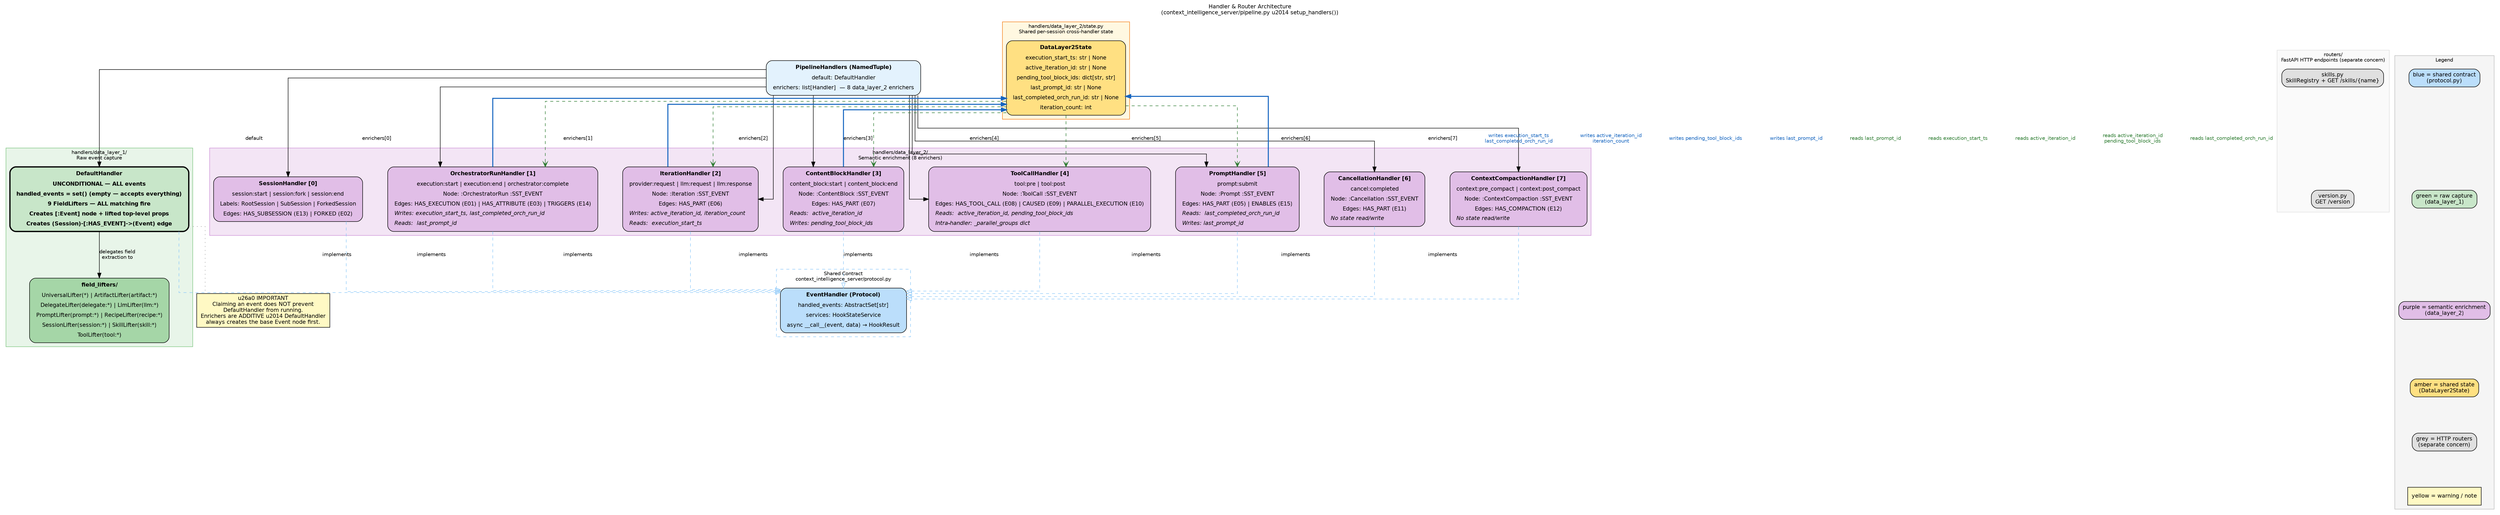
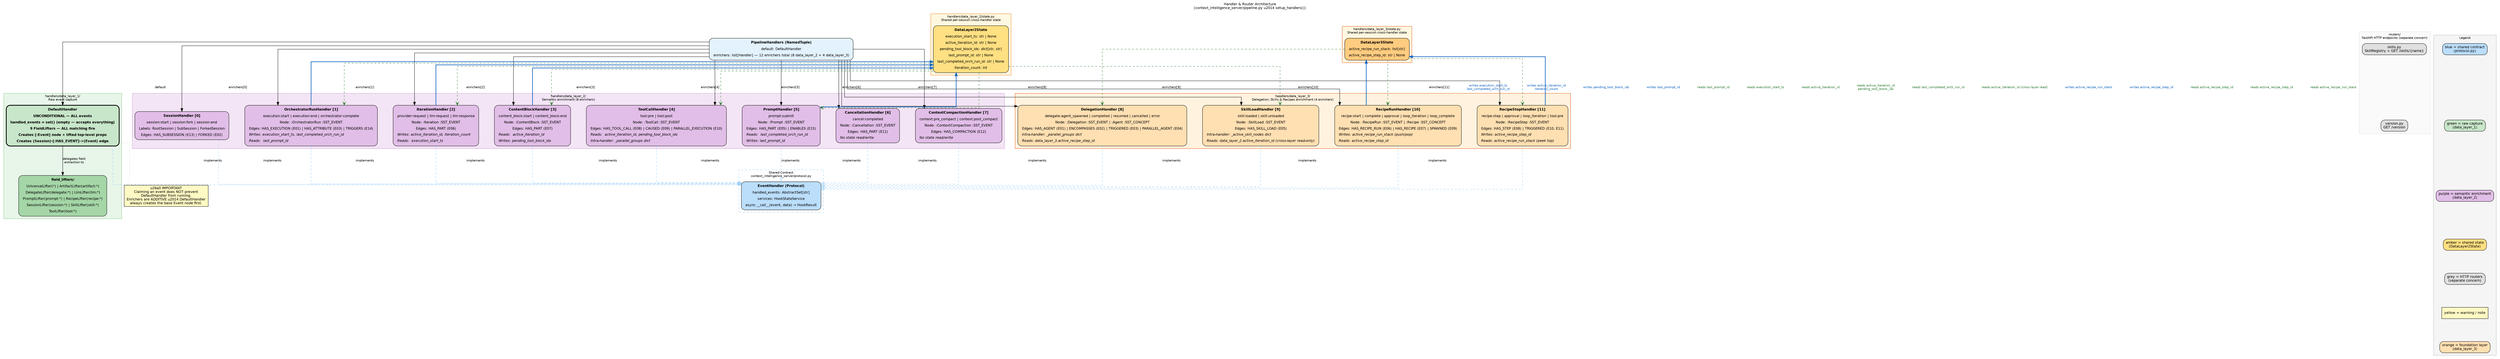
digraph handler_architecture {
    // --- Global defaults ------------------------------------------------------
    graph [
        rankdir   = TB
        splines   = ortho
        nodesep   = 0.7
        ranksep   = 1.0
        fontname  = "Helvetica"
        fontsize  = 11
        label     = "Handler & Router Architecture\n(context_intelligence_server/pipeline.py \u2014 setup_handlers())"
        labelloc  = t
        labeljust = c
    ]
    node [
        fontname = "Helvetica"
        fontsize = 11
        style    = "filled,rounded"
        shape    = box
    ]
    edge [
        fontname = "Helvetica"
        fontsize = 10
    ]

    // --- PipelineHandlers (NamedTuple) ----------------------------------------
    PipelineHandlers [
        style     = "filled,rounded"
        fillcolor = "#E3F2FD"
        label     = <<TABLE BORDER="0" CELLBORDER="0" CELLSPACING="2" CELLPADDING="3">
            <TR><TD><B>PipelineHandlers (NamedTuple)</B></TD></TR>
            <TR><TD>default: DefaultHandler</TD></TR>
-             <TR><TD>enrichers: list[Handler]  &#8212; 8 data_layer_2 enrichers</TD></TR>
+             <TR><TD>enrichers: list[Handler] &#8212; 12 enrichers total (8 data_layer_2 + 4 data_layer_3)</TD></TR>
        </TABLE>>
    ]

    // --- Shared Contract -----------------------------------------------------
    subgraph cluster_protocol {
        graph [
            label     = "Shared Contract\ncontext_intelligence_server/protocol.py"
            style     = "dashed"
            color     = "#90CAF9"
            fontname  = "Helvetica"
            fontsize  = 10
        ]

        Protocol [
            style     = "filled,rounded"
            fillcolor = "#BBDEFB"
            label     = <<TABLE BORDER="0" CELLBORDER="0" CELLSPACING="2" CELLPADDING="3">
                <TR><TD><B>EventHandler (Protocol)</B></TD></TR>
                <TR><TD>handled_events: AbstractSet[str]</TD></TR>
                <TR><TD>services: HookStateService</TD></TR>
                <TR><TD>async __call__(event, data) &#8594; HookResult</TD></TR>
            </TABLE>>
        ]
    }

    // --- Routers (separate concern) ------------------------------------------
    subgraph cluster_routers {
        graph [
            label     = "routers/\nFastAPI HTTP endpoints (separate concern)"
            style     = "filled"
            color     = "#E0E0E0"
            fillcolor = "#FAFAFA"
            fontname  = "Helvetica"
            fontsize  = 10
        ]

        SkillsRouter [
            style     = "filled,rounded"
            fillcolor = "#E0E0E0"
            label     = "skills.py\nSkillRegistry + GET /skills/{name}"
        ]

        VersionRouter [
            style     = "filled,rounded"
            fillcolor = "#E0E0E0"
            label     = "version.py\nGET /version"
        ]

        SkillsRouter -> VersionRouter [style = invis]
    }

    // --- Data Layer 1: Raw event capture ------------------------------------
    subgraph cluster_data_layer_1 {
        graph [
            label     = "handlers/data_layer_1/\nRaw event capture"
            style     = "filled"
            color     = "#81C784"
            fillcolor = "#E8F5E9"
            fontname  = "Helvetica"
            fontsize  = 10
        ]

        DefaultHandler [
            style     = "filled,rounded"
            fillcolor = "#C8E6C9"
            fontname  = "Helvetica-Bold"
            penwidth  = 2.5
            label     = <<TABLE BORDER="0" CELLBORDER="0" CELLSPACING="2" CELLPADDING="3">
                <TR><TD><B>DefaultHandler</B></TD></TR>
                <TR><TD>UNCONDITIONAL &#8212; ALL events</TD></TR>
                <TR><TD>handled_events = set() (empty &#8212; accepts everything)</TD></TR>
                <TR><TD>9 FieldLifters &#8212; ALL matching fire</TD></TR>
                <TR><TD>Creates [:Event] node + lifted top-level props</TD></TR>
                <TR><TD>Creates (Session)-[:HAS_EVENT]-&gt;(Event) edge</TD></TR>
            </TABLE>>
        ]

        FieldLifters [
            style     = "filled,rounded"
            fillcolor = "#A5D6A7"
            label     = <<TABLE BORDER="0" CELLBORDER="0" CELLSPACING="2" CELLPADDING="3">
                <TR><TD><B>field_lifters/</B></TD></TR>
                <TR><TD>UniversalLifter(*) | ArtifactLifter(artifact:*)</TD></TR>
                <TR><TD>DelegateLifter(delegate:*) | LlmLifter(llm:*)</TD></TR>
                <TR><TD>PromptLifter(prompt:*) | RecipeLifter(recipe:*)</TD></TR>
                <TR><TD>SessionLifter(session:*) | SkillLifter(skill:*)</TD></TR>
                <TR><TD>ToolLifter(tool:*)</TD></TR>
            </TABLE>>
        ]

        DefaultHandler -> FieldLifters [label = "delegates field\nextraction to"]
    }

    // --- Data Layer 2: Semantic enrichment ----------------------------------
    subgraph cluster_data_layer_2 {
        graph [
            label     = "handlers/data_layer_2/\nSemantic enrichment (8 enrichers)"
            style     = "filled"
            color     = "#CE93D8"
            fillcolor = "#F3E5F5"
            fontname  = "Helvetica"
            fontsize  = 10
        ]

        SessionHandler [
            style     = "filled,rounded"
            fillcolor = "#E1BEE7"
            label     = <<TABLE BORDER="0" CELLBORDER="0" CELLSPACING="2" CELLPADDING="3">
                <TR><TD><B>SessionHandler [0]</B></TD></TR>
                <TR><TD>session:start | session:fork | session:end</TD></TR>
                <TR><TD>Labels: RootSession | SubSession | ForkedSession</TD></TR>
                <TR><TD>Edges: HAS_SUBSESSION (E13) | FORKED (E02)</TD></TR>
            </TABLE>>
        ]

        OrchestratorRunHandler [
            style     = "filled,rounded"
            fillcolor = "#E1BEE7"
            label     = <<TABLE BORDER="0" CELLBORDER="0" CELLSPACING="2" CELLPADDING="3">
                <TR><TD><B>OrchestratorRunHandler [1]</B></TD></TR>
                <TR><TD>execution:start | execution:end | orchestrator:complete</TD></TR>
                <TR><TD>Node: :OrchestratorRun :SST_EVENT</TD></TR>
                <TR><TD>Edges: HAS_EXECUTION (E01) | HAS_ATTRIBUTE (E03) | TRIGGERS (E14)</TD></TR>
                <TR><TD ALIGN="LEFT"><I>Writes: execution_start_ts, last_completed_orch_run_id</I></TD></TR>
                <TR><TD ALIGN="LEFT"><I>Reads:  last_prompt_id</I></TD></TR>
            </TABLE>>
        ]

        IterationHandler [
            style     = "filled,rounded"
            fillcolor = "#E1BEE7"
            label     = <<TABLE BORDER="0" CELLBORDER="0" CELLSPACING="2" CELLPADDING="3">
                <TR><TD><B>IterationHandler [2]</B></TD></TR>
                <TR><TD>provider:request | llm:request | llm:response</TD></TR>
                <TR><TD>Node: :Iteration :SST_EVENT</TD></TR>
                <TR><TD>Edges: HAS_PART (E06)</TD></TR>
                <TR><TD ALIGN="LEFT"><I>Writes: active_iteration_id, iteration_count</I></TD></TR>
                <TR><TD ALIGN="LEFT"><I>Reads:  execution_start_ts</I></TD></TR>
            </TABLE>>
        ]

        ContentBlockHandler [
            style     = "filled,rounded"
            fillcolor = "#E1BEE7"
            label     = <<TABLE BORDER="0" CELLBORDER="0" CELLSPACING="2" CELLPADDING="3">
                <TR><TD><B>ContentBlockHandler [3]</B></TD></TR>
                <TR><TD>content_block:start | content_block:end</TD></TR>
                <TR><TD>Node: :ContentBlock :SST_EVENT</TD></TR>
                <TR><TD>Edges: HAS_PART (E07)</TD></TR>
                <TR><TD ALIGN="LEFT"><I>Reads:  active_iteration_id</I></TD></TR>
                <TR><TD ALIGN="LEFT"><I>Writes: pending_tool_block_ids</I></TD></TR>
            </TABLE>>
        ]

        ToolCallHandler [
            style     = "filled,rounded"
            fillcolor = "#E1BEE7"
            label     = <<TABLE BORDER="0" CELLBORDER="0" CELLSPACING="2" CELLPADDING="3">
                <TR><TD><B>ToolCallHandler [4]</B></TD></TR>
                <TR><TD>tool:pre | tool:post</TD></TR>
                <TR><TD>Node: :ToolCall :SST_EVENT</TD></TR>
                <TR><TD>Edges: HAS_TOOL_CALL (E08) | CAUSED (E09) | PARALLEL_EXECUTION (E10)</TD></TR>
                <TR><TD ALIGN="LEFT"><I>Reads:  active_iteration_id, pending_tool_block_ids</I></TD></TR>
                <TR><TD ALIGN="LEFT"><I>Intra-handler: _parallel_groups dict</I></TD></TR>
            </TABLE>>
        ]

        PromptHandler [
            style     = "filled,rounded"
            fillcolor = "#E1BEE7"
            label     = <<TABLE BORDER="0" CELLBORDER="0" CELLSPACING="2" CELLPADDING="3">
                <TR><TD><B>PromptHandler [5]</B></TD></TR>
                <TR><TD>prompt:submit</TD></TR>
                <TR><TD>Node: :Prompt :SST_EVENT</TD></TR>
                <TR><TD>Edges: HAS_PART (E05) | ENABLES (E15)</TD></TR>
                <TR><TD ALIGN="LEFT"><I>Reads:  last_completed_orch_run_id</I></TD></TR>
                <TR><TD ALIGN="LEFT"><I>Writes: last_prompt_id</I></TD></TR>
            </TABLE>>
        ]

        CancellationHandler [
            style     = "filled,rounded"
            fillcolor = "#E1BEE7"
            label     = <<TABLE BORDER="0" CELLBORDER="0" CELLSPACING="2" CELLPADDING="3">
                <TR><TD><B>CancellationHandler [6]</B></TD></TR>
                <TR><TD>cancel:completed</TD></TR>
                <TR><TD>Node: :Cancellation :SST_EVENT</TD></TR>
                <TR><TD>Edges: HAS_PART (E11)</TD></TR>
                <TR><TD ALIGN="LEFT"><I>No state read/write</I></TD></TR>
            </TABLE>>
        ]

        ContextCompactionHandler [
            style     = "filled,rounded"
            fillcolor = "#E1BEE7"
            label     = <<TABLE BORDER="0" CELLBORDER="0" CELLSPACING="2" CELLPADDING="3">
                <TR><TD><B>ContextCompactionHandler [7]</B></TD></TR>
                <TR><TD>context:pre_compact | context:post_compact</TD></TR>
                <TR><TD>Node: :ContextCompaction :SST_EVENT</TD></TR>
                <TR><TD>Edges: HAS_COMPACTION (E12)</TD></TR>
                <TR><TD ALIGN="LEFT"><I>No state read/write</I></TD></TR>
+             </TABLE>>
+         ]
+     }
+ 
+     // --- Data Layer 3: Delegation, Skills & Recipes enrichment ---------------
+     subgraph cluster_data_layer_3 {
+         graph [
+             label     = "handlers/data_layer_3/\nDelegation, Skills & Recipes enrichment (4 enrichers)"
+             style     = "filled"
+             color     = "#E65100"
+             fillcolor = "#FFF3E0"
+             fontname  = "Helvetica"
+             fontsize  = 10
+         ]
+ 
+         DelegationHandler [
+             style     = "filled,rounded"
+             fillcolor = "#FFE0B2"
+             label     = <<TABLE BORDER="0" CELLBORDER="0" CELLSPACING="2" CELLPADDING="3">
+                 <TR><TD><B>DelegationHandler [8]</B></TD></TR>
+                 <TR><TD>delegate:agent_spawned | completed | resumed | cancelled | error</TD></TR>
+                 <TR><TD>Node: :Delegation :SST_EVENT | :Agent :SST_CONCEPT</TD></TR>
+                 <TR><TD>Edges: HAS_AGENT (E01) | ENCOMPASSES (E02) | TRIGGERED (E03) | PARALLEL_AGENT (E04)</TD></TR>
+                 <TR><TD ALIGN="LEFT"><I>Intra-handler: _parallel_groups dict</I></TD></TR>
+                 <TR><TD ALIGN="LEFT"><I>Reads: data_layer_3.active_recipe_step_id</I></TD></TR>
+             </TABLE>>
+         ]
+ 
+         SkillLoadHandler [
+             style     = "filled,rounded"
+             fillcolor = "#FFE0B2"
+             label     = <<TABLE BORDER="0" CELLBORDER="0" CELLSPACING="2" CELLPADDING="3">
+                 <TR><TD><B>SkillLoadHandler [9]</B></TD></TR>
+                 <TR><TD>skill:loaded | skill:unloaded</TD></TR>
+                 <TR><TD>Node: :SkillLoad :SST_EVENT</TD></TR>
+                 <TR><TD>Edges: HAS_SKILL_LOAD (E05)</TD></TR>
+                 <TR><TD ALIGN="LEFT"><I>Intra-handler: _active_skill_nodes dict</I></TD></TR>
+                 <TR><TD ALIGN="LEFT"><I>Reads: data_layer_2.active_iteration_id (cross-layer read-only)</I></TD></TR>
+             </TABLE>>
+         ]
+ 
+         RecipeRunHandler [
+             style     = "filled,rounded"
+             fillcolor = "#FFE0B2"
+             label     = <<TABLE BORDER="0" CELLBORDER="0" CELLSPACING="2" CELLPADDING="3">
+                 <TR><TD><B>RecipeRunHandler [10]</B></TD></TR>
+                 <TR><TD>recipe:start | complete | approval | loop_iteration | loop_complete</TD></TR>
+                 <TR><TD>Node: :RecipeRun :SST_EVENT | :Recipe :SST_CONCEPT</TD></TR>
+                 <TR><TD>Edges: HAS_RECIPE_RUN (E06) | HAS_RECIPE (E07) | SPAWNED (E09)</TD></TR>
+                 <TR><TD ALIGN="LEFT"><I>Writes: active_recipe_run_stack (push/pop)</I></TD></TR>
+                 <TR><TD ALIGN="LEFT"><I>Reads: active_recipe_step_id</I></TD></TR>
+             </TABLE>>
+         ]
+ 
+         RecipeStepHandler [
+             style     = "filled,rounded"
+             fillcolor = "#FFE0B2"
+             label     = <<TABLE BORDER="0" CELLBORDER="0" CELLSPACING="2" CELLPADDING="3">
+                 <TR><TD><B>RecipeStepHandler [11]</B></TD></TR>
+                 <TR><TD>recipe:step | approval | loop_iteration | tool:pre</TD></TR>
+                 <TR><TD>Node: :RecipeStep :SST_EVENT</TD></TR>
+                 <TR><TD>Edges: HAS_STEP (E08) | TRIGGERED (E10, E11)</TD></TR>
+                 <TR><TD ALIGN="LEFT"><I>Writes: active_recipe_step_id</I></TD></TR>
+                 <TR><TD ALIGN="LEFT"><I>Reads: active_recipe_run_stack (peek top)</I></TD></TR>
            </TABLE>>
        ]
    }

    // --- DataLayer2State (shared per-session state) --------------------------
    subgraph cluster_state {
        graph [
            label     = "handlers/data_layer_2/state.py\nShared per-session cross-handler state"
            style     = "filled"
            color     = "#F57F17"
            fillcolor = "#FFF8E1"
            fontname  = "Helvetica"
            fontsize  = 10
        ]

        DataLayer2State [
            style     = "filled,rounded"
            fillcolor = "#FFE082"
            label     = <<TABLE BORDER="0" CELLBORDER="0" CELLSPACING="2" CELLPADDING="3">
                <TR><TD><B>DataLayer2State</B></TD></TR>
                <TR><TD>execution_start_ts: str | None</TD></TR>
                <TR><TD>active_iteration_id: str | None</TD></TR>
                <TR><TD>pending_tool_block_ids: dict[str, str]</TD></TR>
                <TR><TD>last_prompt_id: str | None</TD></TR>
                <TR><TD>last_completed_orch_run_id: str | None</TD></TR>
                <TR><TD>iteration_count: int</TD></TR>
            </TABLE>>
        ]
    }

+     // --- DataLayer3State (shared per-session state) --------------------------
+     subgraph cluster_data_layer_3_state {
+         graph [
+             label     = "handlers/data_layer_3/state.py\nShared per-session cross-handler state"
+             style     = "filled"
+             color     = "#E65100"
+             fillcolor = "#FFF8E1"
+             fontname  = "Helvetica"
+             fontsize  = 10
+         ]
+ 
+         DataLayer3State [
+             style     = "filled,rounded"
+             fillcolor = "#FFCC80"
+             label     = <<TABLE BORDER="0" CELLBORDER="0" CELLSPACING="2" CELLPADDING="3">
+                 <TR><TD><B>DataLayer3State</B></TD></TR>
+                 <TR><TD>active_recipe_run_stack: list[str]</TD></TR>
+                 <TR><TD>active_recipe_step_id: str | None</TD></TR>
+             </TABLE>>
+         ]
+     }
+ 
    // --- Warning note --------------------------------------------------------
    warning_note [
        style     = "filled"
        fillcolor = "#FFF9C4"
        label     = "\u26a0 IMPORTANT\nClaiming an event does NOT prevent\nDefaultHandler from running.\nEnrichers are ADDITIVE \u2014 DefaultHandler\nalways creates the base Event node first."
    ]

    // --- Legend --------------------------------------------------------------
    subgraph cluster_legend {
        graph [
            label     = "Legend"
            style     = "filled"
            color     = "#BDBDBD"
            fillcolor = "#F5F5F5"
            fontname  = "Helvetica"
            fontsize  = 10
        ]

        legend_contract [
            style     = "filled,rounded"
            fillcolor = "#BBDEFB"
            label     = "blue = shared contract\n(protocol.py)"
        ]
        legend_capture [
            style     = "filled,rounded"
            fillcolor = "#C8E6C9"
            label     = "green = raw capture\n(data_layer_1)"
        ]
        legend_enrich [
            style     = "filled,rounded"
            fillcolor = "#E1BEE7"
            label     = "purple = semantic enrichment\n(data_layer_2)"
        ]
        legend_state [
            style     = "filled,rounded"
            fillcolor = "#FFE082"
            label     = "amber = shared state\n(DataLayer2State)"
        ]
        legend_http [
            style     = "filled,rounded"
            fillcolor = "#E0E0E0"
            label     = "grey = HTTP routers\n(separate concern)"
        ]
        legend_warning [
            style     = "filled"
            fillcolor = "#FFF9C4"
            label     = "yellow = warning / note"
        ]
- 
-         legend_contract -> legend_capture -> legend_enrich -> legend_state -> legend_http -> legend_warning [style = invis]
+         legend_layer3 [
+             style     = "filled,rounded"
+             fillcolor = "#FFE0B2"
+             label     = "orange = foundation layer\n(data_layer_3)"
+         ]
+ 
+         legend_contract -> legend_capture -> legend_enrich -> legend_state -> legend_http -> legend_warning -> legend_layer3 [style = invis]
    }

    // --- Structural edges ----------------------------------------------------
    PipelineHandlers -> DefaultHandler             [label = "default"]
    PipelineHandlers -> SessionHandler             [label = "enrichers[0]"]
    PipelineHandlers -> OrchestratorRunHandler     [label = "enrichers[1]"]
    PipelineHandlers -> IterationHandler           [label = "enrichers[2]"]
    PipelineHandlers -> ContentBlockHandler        [label = "enrichers[3]"]
    PipelineHandlers -> ToolCallHandler            [label = "enrichers[4]"]
    PipelineHandlers -> PromptHandler              [label = "enrichers[5]"]
    PipelineHandlers -> CancellationHandler        [label = "enrichers[6]"]
    PipelineHandlers -> ContextCompactionHandler   [label = "enrichers[7]"]
+     PipelineHandlers -> DelegationHandler          [label = "enrichers[8]"]
+     PipelineHandlers -> SkillLoadHandler           [label = "enrichers[9]"]
+     PipelineHandlers -> RecipeRunHandler           [label = "enrichers[10]"]
+     PipelineHandlers -> RecipeStepHandler          [label = "enrichers[11]"]

    DefaultHandler -> warning_note [style = dotted, color = "#AAAAAA", arrowhead = none]

    // Protocol conformance (all handlers implement EventHandler)
    DefaultHandler          -> Protocol [style = dashed, color = "#90CAF9", arrowhead = empty, label = "implements"]
    SessionHandler          -> Protocol [style = dashed, color = "#90CAF9", arrowhead = empty, label = "implements"]
    OrchestratorRunHandler  -> Protocol [style = dashed, color = "#90CAF9", arrowhead = empty, label = "implements"]
    IterationHandler        -> Protocol [style = dashed, color = "#90CAF9", arrowhead = empty, label = "implements"]
    ContentBlockHandler     -> Protocol [style = dashed, color = "#90CAF9", arrowhead = empty, label = "implements"]
    ToolCallHandler         -> Protocol [style = dashed, color = "#90CAF9", arrowhead = empty, label = "implements"]
    PromptHandler           -> Protocol [style = dashed, color = "#90CAF9", arrowhead = empty, label = "implements"]
    CancellationHandler     -> Protocol [style = dashed, color = "#90CAF9", arrowhead = empty, label = "implements"]
    ContextCompactionHandler -> Protocol [style = dashed, color = "#90CAF9", arrowhead = empty, label = "implements"]
+     DelegationHandler        -> Protocol [style = dashed, color = "#90CAF9", arrowhead = empty, label = "implements"]
+     SkillLoadHandler         -> Protocol [style = dashed, color = "#90CAF9", arrowhead = empty, label = "implements"]
+     RecipeRunHandler         -> Protocol [style = dashed, color = "#90CAF9", arrowhead = empty, label = "implements"]
+     RecipeStepHandler        -> Protocol [style = dashed, color = "#90CAF9", arrowhead = empty, label = "implements"]

    // --- State read / write arrows (constraint=false to preserve layout) -----
    // OrchestratorRunHandler
    OrchestratorRunHandler -> DataLayer2State [
        label      = "writes execution_start_ts\nlast_completed_orch_run_id"
        color      = "#1565C0"
        fontcolor  = "#1565C0"
        style      = "bold"
        constraint = false
    ]
    DataLayer2State -> OrchestratorRunHandler [
        label      = "reads last_prompt_id"
        color      = "#2E7D32"
        fontcolor  = "#2E7D32"
        style      = "dashed"
        arrowhead  = open
        constraint = false
    ]

    // IterationHandler
    IterationHandler -> DataLayer2State [
        label      = "writes active_iteration_id\niteration_count"
        color      = "#1565C0"
        fontcolor  = "#1565C0"
        style      = "bold"
        constraint = false
    ]
    DataLayer2State -> IterationHandler [
        label      = "reads execution_start_ts"
        color      = "#2E7D32"
        fontcolor  = "#2E7D32"
        style      = "dashed"
        arrowhead  = open
        constraint = false
    ]

    // ContentBlockHandler
    ContentBlockHandler -> DataLayer2State [
        label      = "writes pending_tool_block_ids"
        color      = "#1565C0"
        fontcolor  = "#1565C0"
        style      = "bold"
        constraint = false
    ]
    DataLayer2State -> ContentBlockHandler [
        label      = "reads active_iteration_id"
        color      = "#2E7D32"
        fontcolor  = "#2E7D32"
        style      = "dashed"
        arrowhead  = open
        constraint = false
    ]

    // ToolCallHandler
    DataLayer2State -> ToolCallHandler [
        label      = "reads active_iteration_id\npending_tool_block_ids"
        color      = "#2E7D32"
        fontcolor  = "#2E7D32"
        style      = "dashed"
        arrowhead  = open
        constraint = false
    ]

    // PromptHandler
    PromptHandler -> DataLayer2State [
        label      = "writes last_prompt_id"
        color      = "#1565C0"
        fontcolor  = "#1565C0"
        style      = "bold"
        constraint = false
    ]
    DataLayer2State -> PromptHandler [
        label      = "reads last_completed_orch_run_id"
        color      = "#2E7D32"
        fontcolor  = "#2E7D32"
        style      = "dashed"
        arrowhead  = open
        constraint = false
    ]
+ 
+     // Layer 3 state read / write arrows
+     RecipeRunHandler -> DataLayer3State [
+         label      = "writes active_recipe_run_stack"
+         color      = "#1565C0"
+         fontcolor  = "#1565C0"
+         style      = "bold"
+         constraint = false
+     ]
+     DataLayer3State -> RecipeRunHandler [
+         label      = "reads active_recipe_step_id"
+         color      = "#2E7D32"
+         fontcolor  = "#2E7D32"
+         style      = "dashed"
+         arrowhead  = open
+         constraint = false
+     ]
+     RecipeStepHandler -> DataLayer3State [
+         label      = "writes active_recipe_step_id"
+         color      = "#1565C0"
+         fontcolor  = "#1565C0"
+         style      = "bold"
+         constraint = false
+     ]
+     DataLayer3State -> RecipeStepHandler [
+         label      = "reads active_recipe_run_stack"
+         color      = "#2E7D32"
+         fontcolor  = "#2E7D32"
+         style      = "dashed"
+         arrowhead  = open
+         constraint = false
+     ]
+     DataLayer3State -> DelegationHandler [
+         label      = "reads active_recipe_step_id"
+         color      = "#2E7D32"
+         fontcolor  = "#2E7D32"
+         style      = "dashed"
+         arrowhead  = open
+         constraint = false
+     ]
+     DataLayer2State -> SkillLoadHandler [
+         label      = "reads active_iteration_id (cross-layer read)"
+         color      = "#2E7D32"
+         fontcolor  = "#2E7D32"
+         style      = "dashed"
+         arrowhead  = open
+         constraint = false
+     ]
}
